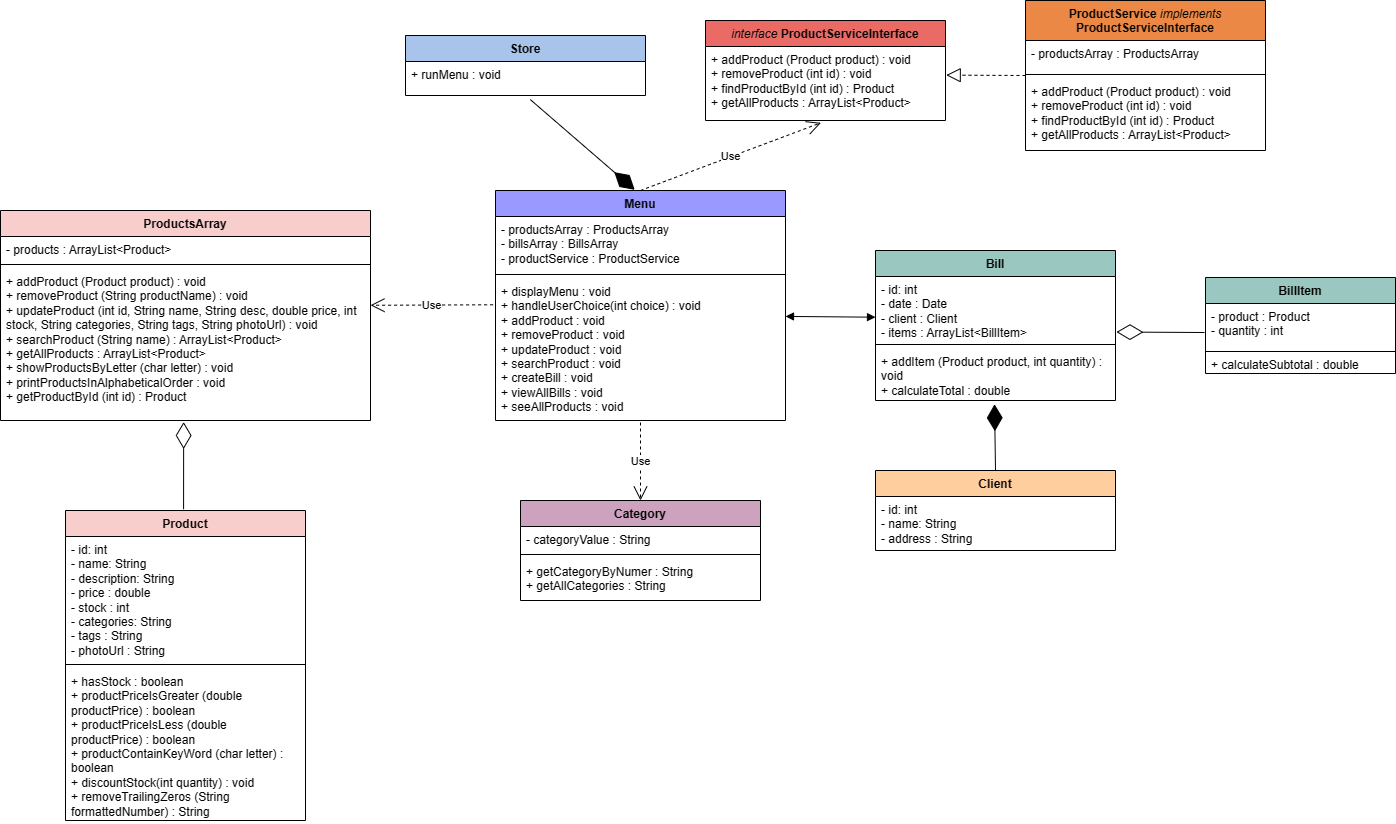
ggomez1403/proyecto-app-tienda-ada keeps this draw.io diagram as src/main/java/UML/Diagrama Tienda.drawio.png. Above is the earlier version. Source tidied: cells renumbered, new cells last; positions are measured from the earlier drawing's top-left corner, leaving out a move shared by most shapes.
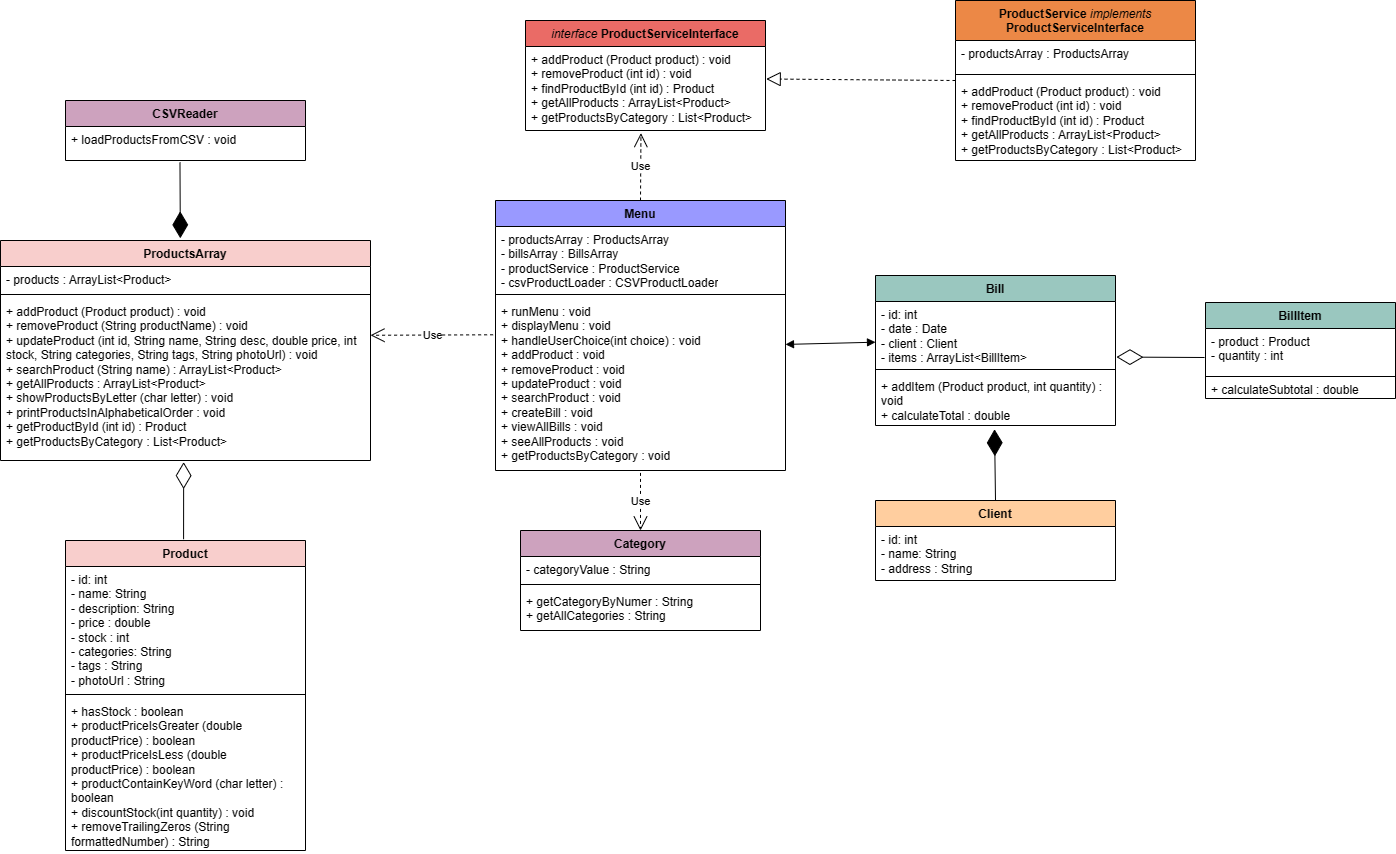
The same file after the commit.

Commit message:
UML diagram updated

The edit, as a diff of the source:
```diff
@@ -15,7 +15,7 @@
       <mxGeometry y="158" width="240" height="152" as="geometry" />
     </mxCell>
     <mxCell id="6" value="BillItem" style="swimlane;fontStyle=1;align=center;verticalAlign=top;horizontal=1;startSize=26;whiteSpace=wrap;html=1;fillColor=#9AC7BF;" parent="1" vertex="1">
-      <mxGeometry x="1205" y="277" width="190" height="96" as="geometry" />
+      <mxGeometry x="1205" y="272" width="190" height="96" as="geometry" />
     </mxCell>
     <mxCell id="7" value="- product : Product&lt;br&gt;- quantity : int" style="text;strokeColor=none;fillColor=none;align=left;verticalAlign=top;spacingLeft=4;spacingRight=4;overflow=hidden;points=[[0,0.5],[1,0.5]];portConstraint=eastwest;whiteSpace=wrap;html=1;" parent="6" vertex="1">
       <mxGeometry y="26" width="190" height="44" as="geometry" />
@@ -27,7 +27,7 @@
       <mxGeometry y="78" width="190" height="18" as="geometry" />
     </mxCell>
     <mxCell id="10" value="ProductsArray" style="swimlane;fontStyle=1;align=center;verticalAlign=top;horizontal=1;startSize=26;whiteSpace=wrap;html=1;fillColor=#F8CECC;" parent="1" vertex="1">
-      <mxGeometry y="210" width="370" height="210" as="geometry" />
+      <mxGeometry y="210" width="370" height="220" as="geometry" />
     </mxCell>
     <mxCell id="11" value="- products :&amp;nbsp;ArrayList&amp;lt;Product&amp;gt;" style="text;strokeColor=none;fillColor=none;align=left;verticalAlign=top;spacingLeft=4;spacingRight=4;overflow=hidden;whiteSpace=wrap;html=1;" parent="10" vertex="1">
       <mxGeometry y="26" width="370" height="24" as="geometry" />
@@ -35,8 +35,8 @@
     <mxCell id="12" style="line;strokeWidth=1;fillColor=none;align=left;verticalAlign=middle;spacingTop=-1;spacingLeft=3;spacingRight=3;labelPosition=right;strokeColor=inherit;" parent="10" vertex="1">
       <mxGeometry y="50" width="370" height="8" as="geometry" />
     </mxCell>
-    <mxCell id="13" value="+ addProduct (Product product) : void&lt;br&gt;+ removeProduct (String productName) : void&lt;br&gt;+&amp;nbsp;updateProduct (int id, String name, String desc, double price, int stock, String categories, String tags, String photoUrl) : void&lt;br&gt;+ searchProduct (String name) : ArrayList&amp;lt;Product&amp;gt;&lt;br&gt;+ getAllProducts : ArrayList&amp;lt;Product&amp;gt;&lt;br&gt;+&amp;nbsp;showProductsByLetter (char letter) : void&lt;br&gt;+&amp;nbsp;printProductsInAlphabeticalOrder : void&lt;br&gt;+ getProductById (int id) : Product" style="text;strokeColor=none;fillColor=none;align=left;verticalAlign=top;spacingLeft=4;spacingRight=4;overflow=hidden;points=[[0,0.5],[1,0.5]];portConstraint=eastwest;whiteSpace=wrap;html=1;" parent="10" vertex="1">
-      <mxGeometry y="58" width="370" height="152" as="geometry" />
+    <mxCell id="13" value="+ addProduct (Product product) : void&lt;br&gt;+ removeProduct (String productName) : void&lt;br&gt;+&amp;nbsp;updateProduct (int id, String name, String desc, double price, int stock, String categories, String tags, String photoUrl) : void&lt;br&gt;+ searchProduct (String name) : ArrayList&amp;lt;Product&amp;gt;&lt;br&gt;+ getAllProducts : ArrayList&amp;lt;Product&amp;gt;&lt;br&gt;+&amp;nbsp;showProductsByLetter (char letter) : void&lt;br&gt;+&amp;nbsp;printProductsInAlphabeticalOrder : void&lt;br&gt;+ getProductById (int id) : Product&lt;br&gt;+ getProductsByCategory : List&amp;lt;Product&amp;gt;" style="text;strokeColor=none;fillColor=none;align=left;verticalAlign=top;spacingLeft=4;spacingRight=4;overflow=hidden;points=[[0,0.5],[1,0.5]];portConstraint=eastwest;whiteSpace=wrap;html=1;" parent="10" vertex="1">
+      <mxGeometry y="58" width="370" height="162" as="geometry" />
     </mxCell>
     <mxCell id="14" value="Client" style="swimlane;fontStyle=1;align=center;verticalAlign=top;horizontal=1;startSize=26;whiteSpace=wrap;html=1;fillColor=#FFCE9F;" parent="1" vertex="1">
       <mxGeometry x="875" y="470" width="240" height="80" as="geometry" />
@@ -45,7 +45,7 @@
       <mxGeometry y="26" width="240" height="54" as="geometry" />
     </mxCell>
     <mxCell id="16" value="Bill" style="swimlane;fontStyle=1;align=center;verticalAlign=top;horizontal=1;startSize=26;whiteSpace=wrap;html=1;fillColor=#9AC7BF;" parent="1" vertex="1">
-      <mxGeometry x="875" y="250" width="240" height="150" as="geometry" />
+      <mxGeometry x="875" y="245" width="240" height="150" as="geometry" />
     </mxCell>
     <mxCell id="17" value="- id: int&lt;br&gt;- date : Date&lt;br&gt;- client : Client&lt;br&gt;- items : ArrayList&amp;lt;BillItem&amp;gt;" style="text;strokeColor=none;fillColor=none;align=left;verticalAlign=top;spacingLeft=4;spacingRight=4;overflow=hidden;points=[[0,0.5],[1,0.5]];portConstraint=eastwest;whiteSpace=wrap;html=1;" parent="16" vertex="1">
       <mxGeometry y="26" width="240" height="64" as="geometry" />
@@ -56,23 +56,17 @@
     <mxCell id="19" value="+ addItem (Product product, int quantity) : void&lt;br&gt;+ calculateTotal : double" style="text;strokeColor=none;fillColor=none;align=left;verticalAlign=top;spacingLeft=4;spacingRight=4;overflow=hidden;points=[[0,0.5],[1,0.5]];portConstraint=eastwest;whiteSpace=wrap;html=1;" parent="16" vertex="1">
       <mxGeometry y="98" width="240" height="52" as="geometry" />
     </mxCell>
-    <mxCell id="20" value="Store" style="swimlane;fontStyle=1;align=center;verticalAlign=top;horizontal=1;startSize=26;whiteSpace=wrap;html=1;fillColor=#A9C4EB;" parent="1" vertex="1">
-      <mxGeometry x="405" y="35" width="240" height="60" as="geometry" />
-    </mxCell>
-    <mxCell id="21" value="+ runMenu : void" style="text;strokeColor=none;fillColor=none;align=left;verticalAlign=top;spacingLeft=4;spacingRight=4;overflow=hidden;points=[[0,0.5],[1,0.5]];portConstraint=eastwest;whiteSpace=wrap;html=1;" parent="20" vertex="1">
-      <mxGeometry y="26" width="240" height="34" as="geometry" />
-    </mxCell>
     <mxCell id="22" value="Menu" style="swimlane;fontStyle=1;align=center;verticalAlign=top;horizontal=1;startSize=26;whiteSpace=wrap;html=1;fillColor=#9999FF;" parent="1" vertex="1">
-      <mxGeometry x="495" y="190" width="290" height="230" as="geometry" />
+      <mxGeometry x="495" y="170" width="290" height="270" as="geometry" />
     </mxCell>
-    <mxCell id="23" value="- productsArray : ProductsArray&lt;br&gt;- billsArray : BillsArray&lt;br&gt;-&amp;nbsp;productService :&amp;nbsp;ProductService" style="text;strokeColor=none;fillColor=none;align=left;verticalAlign=top;spacingLeft=4;spacingRight=4;overflow=hidden;whiteSpace=wrap;html=1;" parent="22" vertex="1">
-      <mxGeometry y="26" width="290" height="54" as="geometry" />
+    <mxCell id="23" value="- productsArray : ProductsArray&lt;br&gt;- billsArray : BillsArray&lt;br&gt;-&amp;nbsp;productService :&amp;nbsp;ProductService&lt;br&gt;- csvProductLoader : CSVProductLoader" style="text;strokeColor=none;fillColor=none;align=left;verticalAlign=top;spacingLeft=4;spacingRight=4;overflow=hidden;whiteSpace=wrap;html=1;" parent="22" vertex="1">
+      <mxGeometry y="26" width="290" height="64" as="geometry" />
     </mxCell>
     <mxCell id="24" style="line;strokeWidth=1;fillColor=none;align=left;verticalAlign=middle;spacingTop=-1;spacingLeft=3;spacingRight=3;labelPosition=right;strokeColor=inherit;" parent="22" vertex="1">
-      <mxGeometry y="80" width="290" height="8" as="geometry" />
+      <mxGeometry y="90" width="290" height="8" as="geometry" />
     </mxCell>
-    <mxCell id="25" value="+ displayMenu : void&lt;br style=&quot;border-color: var(--border-color);&quot;&gt;+&amp;nbsp;handleUserChoice(int choice) : void&lt;br style=&quot;border-color: var(--border-color);&quot;&gt;+ addProduct : void&lt;br style=&quot;border-color: var(--border-color);&quot;&gt;+ removeProduct : void&lt;br style=&quot;border-color: var(--border-color);&quot;&gt;+ updateProduct : void&lt;br style=&quot;border-color: var(--border-color);&quot;&gt;+ searchProduct : void&lt;br style=&quot;border-color: var(--border-color);&quot;&gt;+ createBill : void&lt;br style=&quot;border-color: var(--border-color);&quot;&gt;+ viewAllBills : void&lt;br&gt;+ seeAllProducts : void" style="text;strokeColor=none;fillColor=none;align=left;verticalAlign=top;spacingLeft=4;spacingRight=4;overflow=hidden;points=[[0,0.5],[1,0.5]];portConstraint=eastwest;whiteSpace=wrap;html=1;" parent="22" vertex="1">
-      <mxGeometry y="88" width="290" height="142" as="geometry" />
+    <mxCell id="25" value="+ runMenu : void&lt;br&gt;+ displayMenu : void&lt;br style=&quot;border-color: var(--border-color);&quot;&gt;+&amp;nbsp;handleUserChoice(int choice) : void&lt;br style=&quot;border-color: var(--border-color);&quot;&gt;+ addProduct : void&lt;br style=&quot;border-color: var(--border-color);&quot;&gt;+ removeProduct : void&lt;br style=&quot;border-color: var(--border-color);&quot;&gt;+ updateProduct : void&lt;br style=&quot;border-color: var(--border-color);&quot;&gt;+ searchProduct : void&lt;br style=&quot;border-color: var(--border-color);&quot;&gt;+ createBill : void&lt;br style=&quot;border-color: var(--border-color);&quot;&gt;+ viewAllBills : void&lt;br&gt;+ seeAllProducts : void&lt;br&gt;+ getProductsByCategory : void" style="text;strokeColor=none;fillColor=none;align=left;verticalAlign=top;spacingLeft=4;spacingRight=4;overflow=hidden;points=[[0,0.5],[1,0.5]];portConstraint=eastwest;whiteSpace=wrap;html=1;" parent="22" vertex="1">
+      <mxGeometry y="98" width="290" height="172" as="geometry" />
     </mxCell>
     <mxCell id="26" value="Category" style="swimlane;fontStyle=1;align=center;verticalAlign=top;horizontal=1;startSize=26;whiteSpace=wrap;html=1;fillColor=#CDA2BE;" parent="1" vertex="1">
       <mxGeometry x="520" y="500" width="240" height="100" as="geometry" />
@@ -87,7 +81,7 @@
       <mxGeometry y="58" width="240" height="42" as="geometry" />
     </mxCell>
     <mxCell id="30" value="ProductService &lt;i style=&quot;font-weight: normal;&quot;&gt;implements &lt;/i&gt;ProductServiceInterface" style="swimlane;fontStyle=1;align=center;verticalAlign=top;horizontal=1;startSize=40;whiteSpace=wrap;html=1;fillColor=#EC8846;" parent="1" vertex="1">
-      <mxGeometry x="1025" width="240" height="150" as="geometry" />
+      <mxGeometry x="955" y="-30" width="240" height="160" as="geometry" />
     </mxCell>
     <mxCell id="31" value="- productsArray : ProductsArray" style="text;strokeColor=none;fillColor=none;align=left;verticalAlign=top;spacingLeft=4;spacingRight=4;overflow=hidden;whiteSpace=wrap;html=1;" parent="30" vertex="1">
       <mxGeometry y="40" width="240" height="30" as="geometry" />
@@ -95,14 +89,14 @@
     <mxCell id="32" style="line;strokeWidth=1;fillColor=none;align=left;verticalAlign=middle;spacingTop=-1;spacingLeft=3;spacingRight=3;labelPosition=right;strokeColor=inherit;" parent="30" vertex="1">
       <mxGeometry y="70" width="240" height="8" as="geometry" />
     </mxCell>
-    <mxCell id="33" value="+ addProduct (Product product) : void&lt;br&gt;+ removeProduct (int id) : void&lt;br&gt;+ findProductById (int id) : Product&lt;br&gt;+ getAllProducts : ArrayList&amp;lt;Product&amp;gt;" style="text;strokeColor=none;fillColor=none;align=left;verticalAlign=top;spacingLeft=4;spacingRight=4;overflow=hidden;whiteSpace=wrap;html=1;" parent="30" vertex="1">
-      <mxGeometry y="78" width="240" height="72" as="geometry" />
+    <mxCell id="33" value="+ addProduct (Product product) : void&lt;br&gt;+ removeProduct (int id) : void&lt;br&gt;+ findProductById (int id) : Product&lt;br&gt;+ getAllProducts : ArrayList&amp;lt;Product&amp;gt;&lt;br&gt;+ getProductsByCategory : List&amp;lt;Product&amp;gt;" style="text;strokeColor=none;fillColor=none;align=left;verticalAlign=top;spacingLeft=4;spacingRight=4;overflow=hidden;whiteSpace=wrap;html=1;" parent="30" vertex="1">
+      <mxGeometry y="78" width="240" height="82" as="geometry" />
     </mxCell>
     <mxCell id="34" value="&lt;span style=&quot;font-weight: normal;&quot;&gt;&lt;i&gt;interface &lt;/i&gt;&lt;/span&gt;ProductServiceInterface" style="swimlane;fontStyle=1;align=center;verticalAlign=top;horizontal=1;startSize=26;whiteSpace=wrap;html=1;fillColor=#EA6B66;" parent="1" vertex="1">
-      <mxGeometry x="705" y="20" width="240" height="100" as="geometry" />
+      <mxGeometry x="525" y="-10" width="240" height="110" as="geometry" />
     </mxCell>
-    <mxCell id="35" value="+ addProduct (Product product) : void&lt;br style=&quot;border-color: var(--border-color);&quot;&gt;+ removeProduct (int id) : void&lt;br style=&quot;border-color: var(--border-color);&quot;&gt;+ findProductById (int id) : Product&lt;br style=&quot;border-color: var(--border-color);&quot;&gt;+ getAllProducts : ArrayList&amp;lt;Product&amp;gt;" style="text;strokeColor=none;fillColor=none;align=left;verticalAlign=top;spacingLeft=4;spacingRight=4;overflow=hidden;points=[[0,0.5],[1,0.5]];portConstraint=eastwest;whiteSpace=wrap;html=1;" parent="34" vertex="1">
-      <mxGeometry y="26" width="240" height="74" as="geometry" />
+    <mxCell id="35" value="+ addProduct (Product product) : void&lt;br style=&quot;border-color: var(--border-color);&quot;&gt;+ removeProduct (int id) : void&lt;br style=&quot;border-color: var(--border-color);&quot;&gt;+ findProductById (int id) : Product&lt;br style=&quot;border-color: var(--border-color);&quot;&gt;+ getAllProducts : ArrayList&amp;lt;Product&amp;gt;&lt;br&gt;+ getProductsByCategory : List&amp;lt;Product&amp;gt;" style="text;strokeColor=none;fillColor=none;align=left;verticalAlign=top;spacingLeft=4;spacingRight=4;overflow=hidden;points=[[0,0.5],[1,0.5]];portConstraint=eastwest;whiteSpace=wrap;html=1;" parent="34" vertex="1">
+      <mxGeometry y="26" width="240" height="84" as="geometry" />
     </mxCell>
     <mxCell id="36" style="endArrow=diamondThin;endFill=0;endSize=24;html=1;rounded=0;exitX=-0.005;exitY=0.659;exitDx=0;exitDy=0;exitPerimeter=0;entryX=1.004;entryY=0.868;entryDx=0;entryDy=0;entryPerimeter=0;" parent="1" edge="1" source="7" target="17">
       <mxGeometry relative="1" as="geometry" />
@@ -128,11 +122,17 @@
     <mxCell id="42" value="Use" style="endArrow=open;endSize=12;dashed=1;html=1;rounded=0;exitX=0.5;exitY=1.014;exitDx=0;exitDy=0;exitPerimeter=0;entryX=0.5;entryY=0;entryDx=0;entryDy=0;" parent="1" edge="1" source="25" target="26">
       <mxGeometry relative="1" as="geometry" />
     </mxCell>
-    <mxCell id="43" style="endArrow=diamondThin;endFill=1;endSize=24;html=1;rounded=0;exitX=0.52;exitY=1.12;exitDx=0;exitDy=0;exitPerimeter=0;entryX=0.48;entryY=-0.003;entryDx=0;entryDy=0;entryPerimeter=0;" parent="1" edge="1" source="21" target="22">
-      <mxGeometry relative="1" as="geometry" />
-    </mxCell>
     <mxCell id="44" style="endArrow=block;startArrow=block;endFill=1;startFill=1;html=1;rounded=0;exitX=1;exitY=0.267;exitDx=0;exitDy=0;exitPerimeter=0;entryX=0;entryY=0.636;entryDx=0;entryDy=0;entryPerimeter=0;" parent="1" edge="1" source="25" target="17">
       <mxGeometry relative="1" as="geometry" />
     </mxCell>
+    <mxCell id="45" value="CSVReader" style="swimlane;fontStyle=1;align=center;verticalAlign=top;horizontal=1;startSize=26;whiteSpace=wrap;html=1;fillColor=#CDA2BE;" parent="1" vertex="1">
+      <mxGeometry x="65" y="70" width="240" height="60" as="geometry" />
+    </mxCell>
+    <mxCell id="46" value="+ loadProductsFromCSV : void" style="text;strokeColor=none;fillColor=none;align=left;verticalAlign=top;spacingLeft=4;spacingRight=4;overflow=hidden;points=[[0,0.5],[1,0.5]];portConstraint=eastwest;whiteSpace=wrap;html=1;" parent="45" vertex="1">
+      <mxGeometry y="26" width="240" height="34" as="geometry" />
+    </mxCell>
+    <mxCell id="47" style="endArrow=diamondThin;endFill=1;endSize=24;html=1;rounded=0;entryX=0.486;entryY=-0.01;entryDx=0;entryDy=0;exitX=0.477;exitY=1.053;exitDx=0;exitDy=0;exitPerimeter=0;entryPerimeter=0;" parent="1" edge="1" source="46" target="10">
+      <mxGeometry relative="1" as="geometry" />
+    </mxCell>
   </root>
 </mxGraphModel>
```
